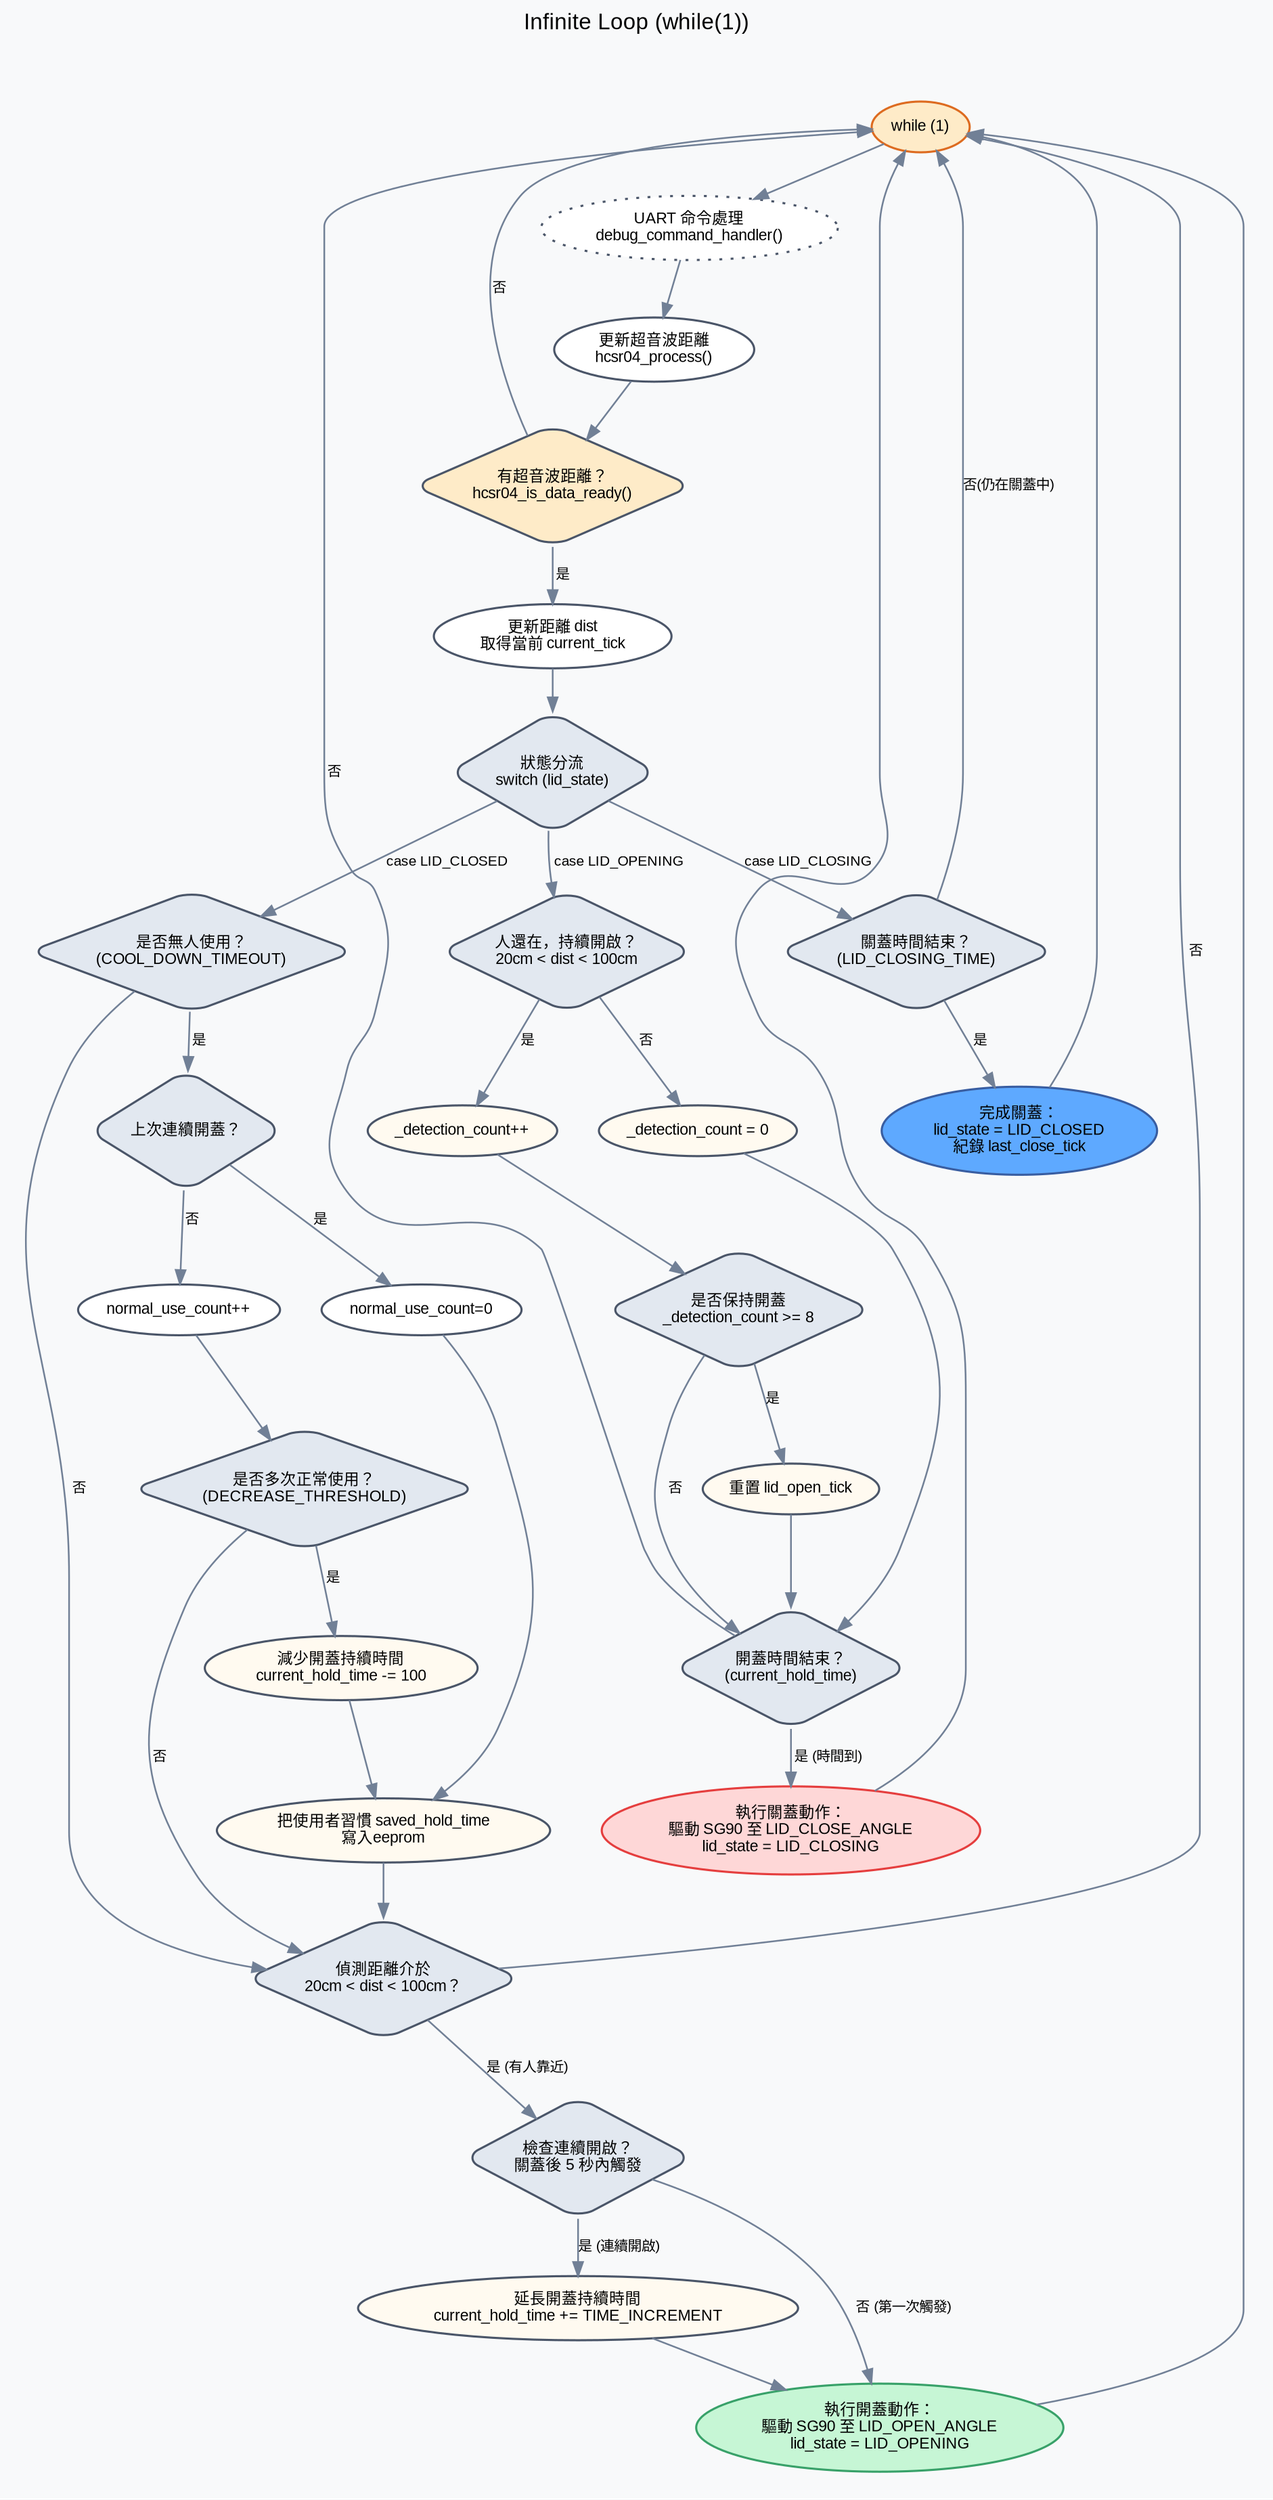
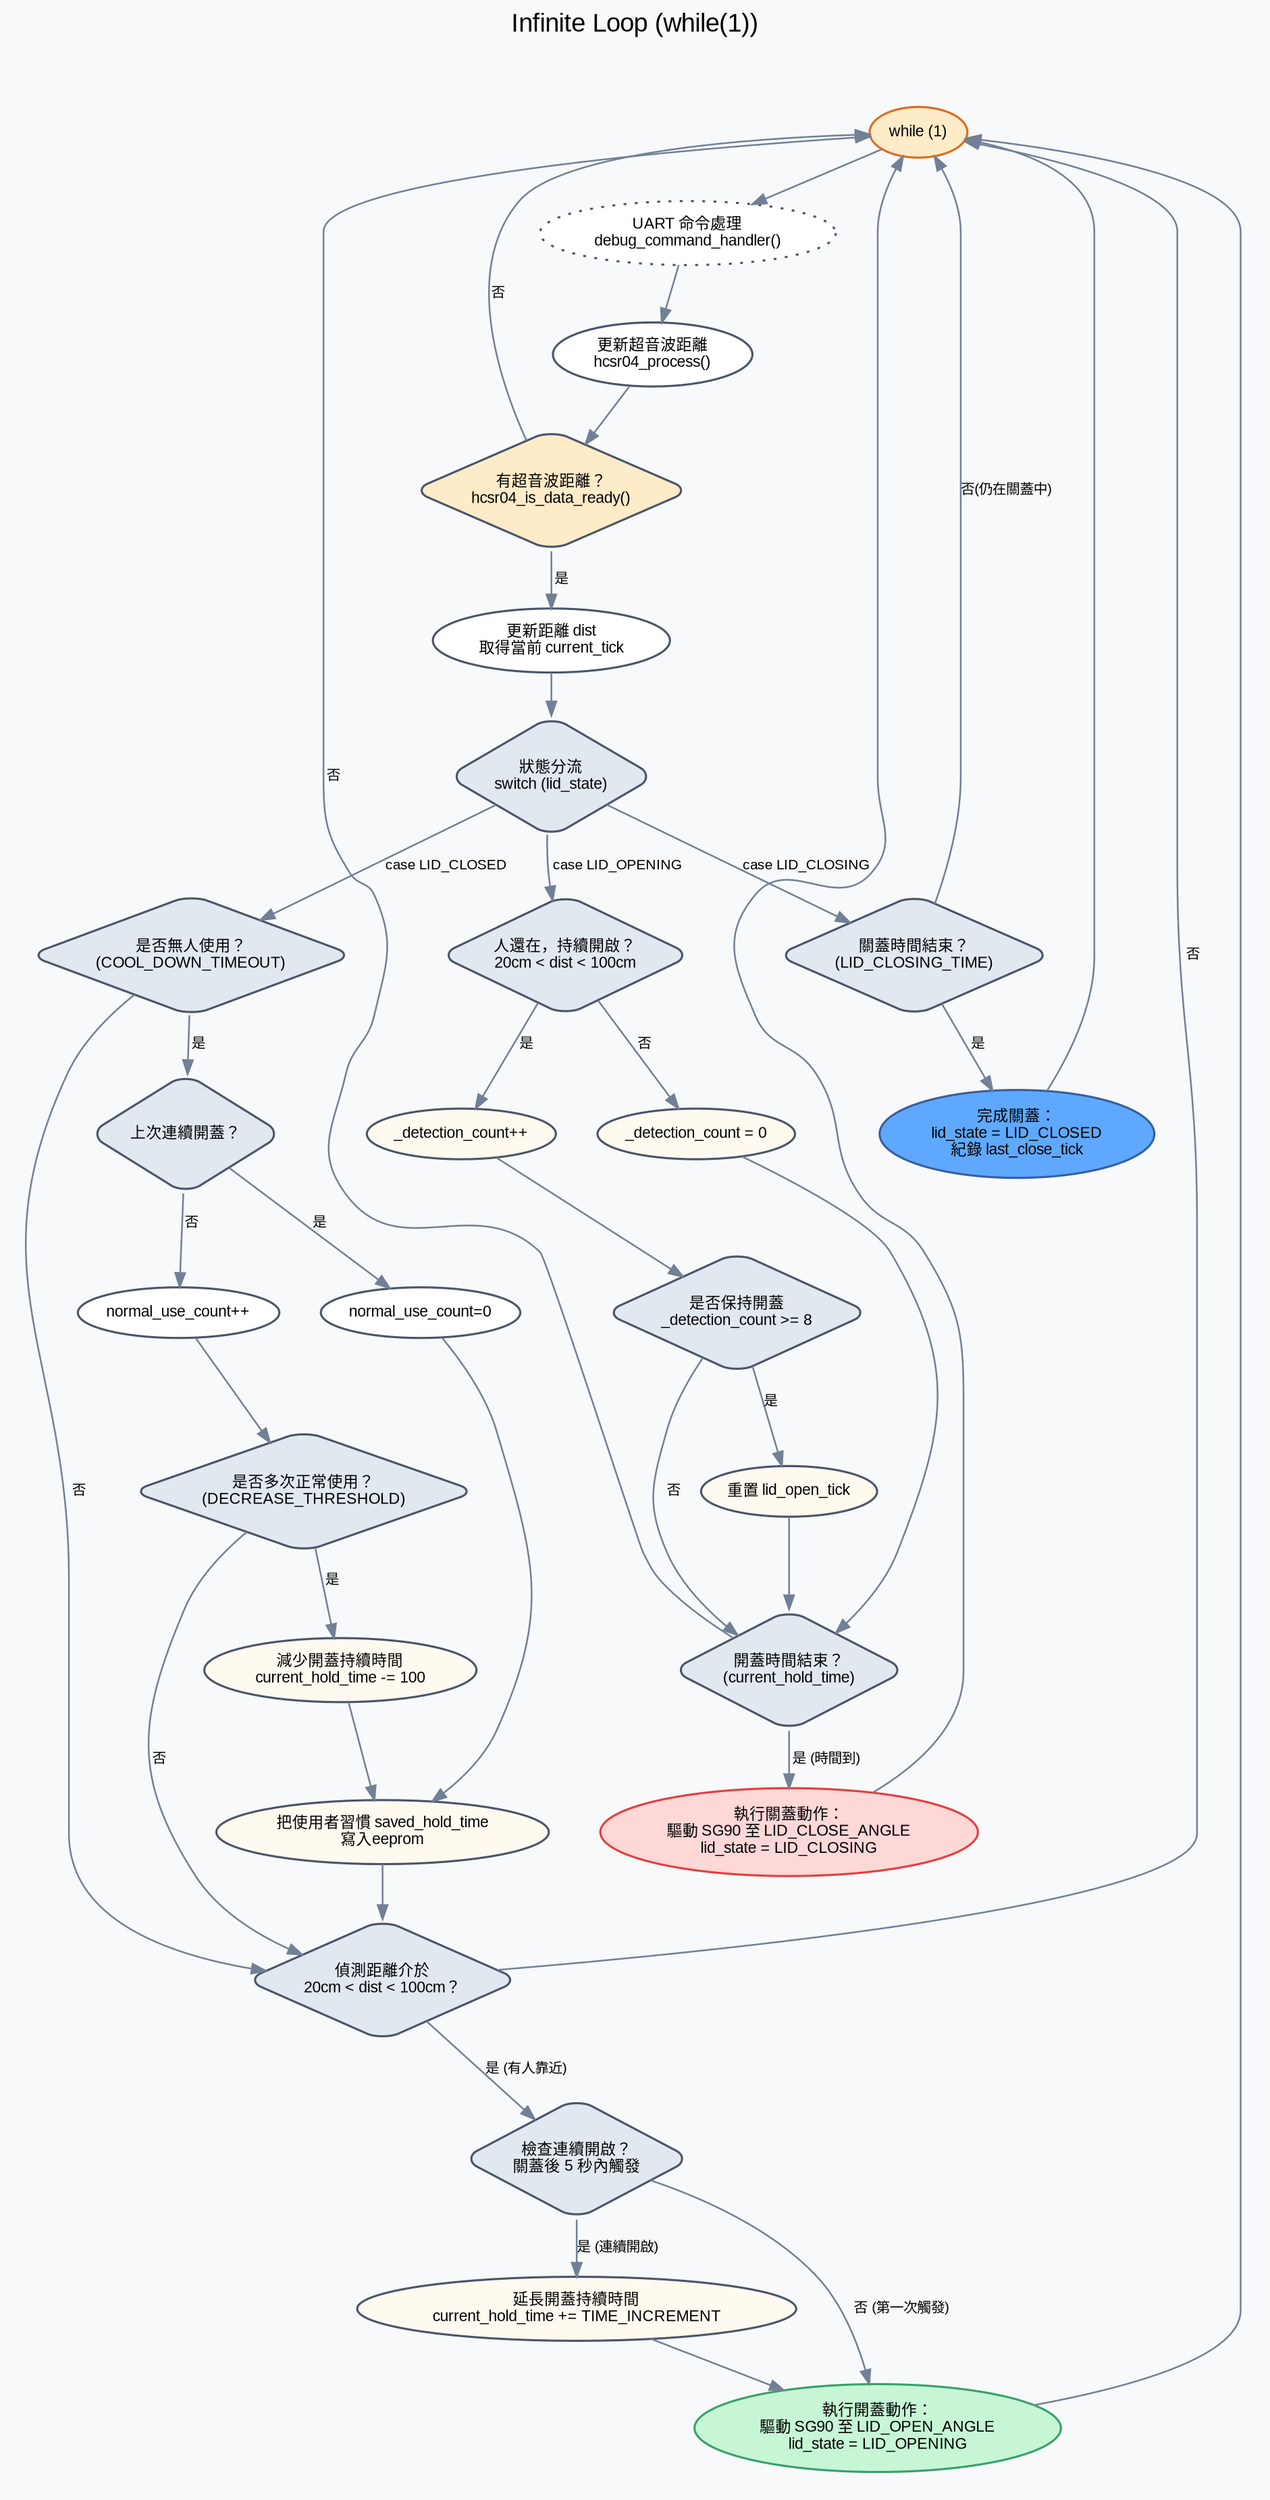
digraph G {
    bgcolor="#f8f9fa"
    style="filled"
    fontname="Microsoft JhengHei, Arial"

    node [fontname="Microsoft JhengHei, Arial", fontsize=11, style="filled,rounded", color="#4a5568", fillcolor="#ffffff", penwidth=1.5]
    edge [fontname="Microsoft JhengHei, Arial", fontsize=10, color="#718096", penwidth=1.2]

    rankdir=TB;
    nodesep=0.4;
    ranksep=0.4
    label = "Infinite Loop (while(1))";
    labelloc="t";
-     fontsize=16;
+     fontsize=18;

    // Stage 3: 主迴圈與狀態機
    subgraph cluster_while_stage {
        label = "Stage 3：Infinite Loop (while(1))";
        style = "invis";
        color = "#a0aec0";
        fillcolor = "#f7fafc";

        LOOP_START [label="while (1)", fillcolor="#feebc8", color="#dd6b20"]
        UART_DEBUG [label="UART 命令處理\ndebug_command_handler()", style="dotted,filled"]
        HCSR04_PRC [label="更新超音波距離\nhcsr04_process()"]
        DATA_READY [label="有超音波距離？\nhcsr04_is_data_ready()", shape=diamond, width=1.0, height=1.2, fillcolor="#feebc8"]
        GET_DIST   [label="更新距離 dist\n取得當前 current_tick"]

        SWITCH_STATE [label="狀態分流\nswitch (lid_state)", shape=diamond, width=1.0, height=1.2, fillcolor="#e2e8f0"]

        // --- LID_CLOSED 狀態展開 ---
        CHK_COOL [label="是否無人使用？\n(COOL_DOWN_TIMEOUT)", shape=diamond, width=1.0, height=1.2, fillcolor="#e2e8f0"]
        CHK_CONTIOUS_USE [label="上次連續開蓋？\n", shape=diamond, width=1.0, height=1.2, fillcolor="#e2e8f0"]
        INT_USE_COUNT [label="normal_use_count++"]
        CHK_USE_COUNT [label="是否多次正常使用？\n(DECREASE_THRESHOLD)", shape=diamond, width=1.0, height=1.2, fillcolor="#e2e8f0"]
        CLR_USE_COUNT [label="normal_use_count=0"]
        DEC_HOLD_TIME [label="減少開蓋持續時間\ncurrent_hold_time -= 100", fillcolor="#fffaf0"]
        WRITE_EEPROM  [label="把使用者習慣 saved_hold_time\n寫入eeprom", fillcolor="#fffaf0"]

        CHK_DIST [label="偵測距離介於\n20cm < dist < 100cm？", shape=diamond, width=1.0, height=1.2, fillcolor="#e2e8f0"]
        CHK_CONT [label="檢查連續開啟？\n關蓋後 5 秒內觸發", shape=diamond, width=1.0, height=1.2, fillcolor="#e2e8f0"]
        INC_HOLD_TIME [label="延長開蓋持續時間\ncurrent_hold_time += TIME_INCREMENT", fillcolor="#fffaf0"]

        DO_OPEN  [label="執行開蓋動作：\n驅動 SG90 至 LID_OPEN_ANGLE\nlid_state = LID_OPENING", fillcolor="#c6f6d5", color="#38a169"]

        // --- LID_OPENING 狀態展開 ---
        CHK_OBSTACLE [label="人還在，持續開啟？\n20cm < dist < 100cm", shape=diamond, width=1.0, height=1.2, fillcolor="#e2e8f0"]
        INC_COUNT    [label="_detection_count++", fillcolor="#fffaf0"]
        CLR_COUNT    [label="_detection_count = 0", fillcolor="#fffaf0"]
        CHK_DETECTION_COUNT [label="是否保持開蓋\n_detection_count >= 8", shape=diamond, width=1.0, height=1.2, fillcolor="#e2e8f0"]
        RESET_OPEN_TICK [label="重置 lid_open_tick", fillcolor="#fffaf0"]

        CHK_TIMEOUT  [label="開蓋時間結束？\n(current_hold_time)", shape=diamond, width=1.0, height=1.2,fillcolor="#e2e8f0"]
        DO_CLOSE     [label="執行關蓋動作：\n驅動 SG90 至 LID_CLOSE_ANGLE\nlid_state = LID_CLOSING", fillcolor="#fed7d7", color="#e53e3e"]

        // --- LID_CLOSING 狀態展開 (已移入 switch) ---
        CHK_CLOSE_DONE [label="關蓋時間結束？\n(LID_CLOSING_TIME)", shape=diamond, width=1.0, height=1.2, fillcolor="#e2e8f0"]
        DO_CLOSED_INIT [label="完成關蓋：\nlid_state = LID_CLOSED\n紀錄 last_close_tick", fillcolor="#5ea9ff", color="#385da1"]

        {rank=same; CHK_COOL; CHK_OBSTACLE; CHK_CLOSE_DONE;}
        {rank=same; INC_COUNT; CLR_COUNT;}
        {rank=same; INT_USE_COUNT; CLR_USE_COUNT;}
    }

    // --- 連線：While 主迴圈核心 ---
    LOOP_START -> UART_DEBUG
    UART_DEBUG -> HCSR04_PRC
    HCSR04_PRC -> DATA_READY

    DATA_READY -> GET_DIST [label=" 是 "]
    DATA_READY -> LOOP_START [label=" 否 "]

    GET_DIST -> SWITCH_STATE [weight=5]

    // --- 連線：case LID_CLOSED 流程 ---
    SWITCH_STATE -> CHK_COOL [label=" case LID_CLOSED ", ]
    CHK_COOL -> CHK_CONTIOUS_USE [label=" 是 "]
    CHK_CONTIOUS_USE -> INT_USE_COUNT [label=" 否 "]
    CHK_CONTIOUS_USE -> CLR_USE_COUNT [label=" 是 "]
    CLR_USE_COUNT -> WRITE_EEPROM
    INT_USE_COUNT -> CHK_USE_COUNT

    CHK_USE_COUNT -> DEC_HOLD_TIME [label=" 是 "]
    DEC_HOLD_TIME -> WRITE_EEPROM
    CHK_COOL -> CHK_DIST [label=" 否 "]
    WRITE_EEPROM -> CHK_DIST
    CHK_USE_COUNT -> CHK_DIST [label=" 否 "]

    CHK_DIST -> CHK_CONT [label="是 (有人靠近) "]
    CHK_DIST -> LOOP_START [label=" 否 "]

    CHK_CONT -> INC_HOLD_TIME [label="是 (連續開啟) "]
    CHK_CONT -> DO_OPEN [label="否 (第一次觸發) "]
    INC_HOLD_TIME -> DO_OPEN
    DO_OPEN -> LOOP_START

    // --- 連線：case LID_OPENING 流程 ---
    SWITCH_STATE -> CHK_OBSTACLE [label=" case LID_OPENING "]
    CHK_OBSTACLE -> INC_COUNT [label=" 是 "]
    CHK_OBSTACLE -> CLR_COUNT [label=" 否 "]
    INC_COUNT -> CHK_DETECTION_COUNT
    CHK_DETECTION_COUNT -> RESET_OPEN_TICK [label="是 "]
    CHK_DETECTION_COUNT -> CHK_TIMEOUT [label="否"]
    RESET_OPEN_TICK -> CHK_TIMEOUT
    CLR_COUNT -> CHK_TIMEOUT

    CHK_TIMEOUT -> DO_CLOSE [label=" 是 (時間到) ", weight=5]
    CHK_TIMEOUT -> LOOP_START [label=" 否 "]
    DO_CLOSE -> LOOP_START

    // --- 連線：case LID_CLOSING 流程 ---
    SWITCH_STATE -> CHK_CLOSE_DONE [label="case LID_CLOSING "]
    CHK_CLOSE_DONE -> DO_CLOSED_INIT [label=" 是 ", weight=5]
    CHK_CLOSE_DONE -> LOOP_START [label="否(仍在關蓋中)"]
    DO_CLOSED_INIT -> LOOP_START
}